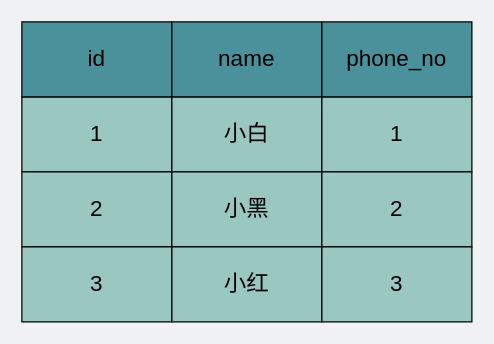
Earlier version of the draw.io diagram network/user表数据库原始状态3.drawio (xiaobaiTech/image). Source tidied: cells renumbered, new cells numbered last; positions are measured from the earlier drawing's top-left corner, leaving out a move shared by most shapes. Both pictures are drawn from the tidied source at 125%, with x=0, y=0 at pixel (21, 21).
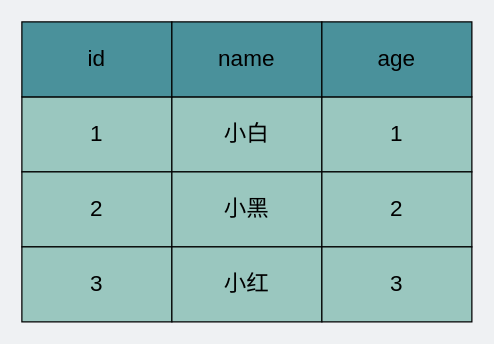
After the change.

Commit message:
Update user表数据库原始状态3.drawio

The edit, as a diff of the source:
```diff
@@
 <mxGraphModel background="#EFF1F3">
   <root>
     <mxCell id="0" />
     <mxCell id="1" parent="0" />
     <mxCell id="2" value="1" style="rounded=0;whiteSpace=wrap;html=1;fillColor=#9AC7BF;gradientColor=none;fontSize=18;" parent="1" vertex="1">
       <mxGeometry y="60" width="120" height="60" as="geometry" />
     </mxCell>
     <mxCell id="3" value="小白" style="rounded=0;whiteSpace=wrap;html=1;fillColor=#9AC7BF;gradientColor=none;fontSize=18;" parent="1" vertex="1">
       <mxGeometry x="120" y="60" width="120" height="60" as="geometry" />
     </mxCell>
     <mxCell id="4" value="&lt;span style=&quot;font-size: 18px&quot;&gt;1&lt;/span&gt;" style="rounded=0;whiteSpace=wrap;html=1;fillColor=#9AC7BF;gradientColor=none;fontSize=18;" parent="1" vertex="1">
       <mxGeometry x="240" y="60" width="120" height="60" as="geometry" />
     </mxCell>
     <mxCell id="5" value="2" style="rounded=0;whiteSpace=wrap;html=1;fillColor=#9AC7BF;gradientColor=none;fontSize=18;" parent="1" vertex="1">
       <mxGeometry y="120" width="120" height="60" as="geometry" />
     </mxCell>
     <mxCell id="6" value="小黑" style="rounded=0;whiteSpace=wrap;html=1;fillColor=#9AC7BF;gradientColor=none;fontSize=18;" parent="1" vertex="1">
       <mxGeometry x="120" y="120" width="120" height="60" as="geometry" />
     </mxCell>
     <mxCell id="7" value="&lt;span style=&quot;font-size: 18px&quot;&gt;2&lt;/span&gt;" style="rounded=0;whiteSpace=wrap;html=1;fillColor=#9AC7BF;gradientColor=none;fontSize=18;" parent="1" vertex="1">
       <mxGeometry x="240" y="120" width="120" height="60" as="geometry" />
     </mxCell>
     <mxCell id="8" value="id" style="rounded=0;whiteSpace=wrap;html=1;fillColor=#4A919B;gradientColor=none;fontSize=18;" parent="1" vertex="1">
       <mxGeometry width="120" height="60" as="geometry" />
     </mxCell>
     <mxCell id="9" value="name" style="rounded=0;whiteSpace=wrap;html=1;fillColor=#4A919B;gradientColor=none;fontSize=18;" parent="1" vertex="1">
       <mxGeometry x="120" width="120" height="60" as="geometry" />
     </mxCell>
-    <mxCell id="10" value="&lt;span style=&quot;font-size: 18px&quot;&gt;phone_no&lt;/span&gt;" style="rounded=0;whiteSpace=wrap;html=1;fillColor=#4A919B;gradientColor=none;fontSize=18;" parent="1" vertex="1">
+    <mxCell id="10" value="&lt;span style=&quot;font-size: 18px&quot;&gt;age&lt;/span&gt;" style="rounded=0;whiteSpace=wrap;html=1;fillColor=#4A919B;gradientColor=none;fontSize=18;" parent="1" vertex="1">
       <mxGeometry x="240" width="120" height="60" as="geometry" />
     </mxCell>
     <mxCell id="11" value="3" style="rounded=0;whiteSpace=wrap;html=1;fillColor=#9AC7BF;gradientColor=none;fontSize=18;" parent="1" vertex="1">
       <mxGeometry y="180" width="120" height="60" as="geometry" />
     </mxCell>
     <mxCell id="12" value="小红" style="rounded=0;whiteSpace=wrap;html=1;fillColor=#9AC7BF;gradientColor=none;fontSize=18;" parent="1" vertex="1">
       <mxGeometry x="120" y="180" width="120" height="60" as="geometry" />
     </mxCell>
     <mxCell id="13" value="&lt;span style=&quot;font-size: 18px&quot;&gt;3&lt;/span&gt;" style="rounded=0;whiteSpace=wrap;html=1;fillColor=#9AC7BF;gradientColor=none;fontSize=18;" parent="1" vertex="1">
       <mxGeometry x="240" y="180" width="120" height="60" as="geometry" />
     </mxCell>
   </root>
 </mxGraphModel>
```
